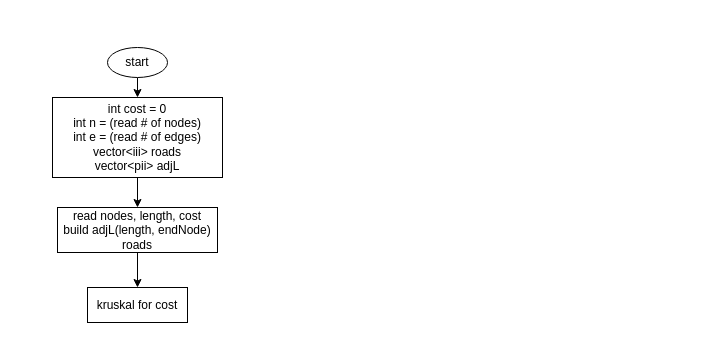
The draw.io diagram page "main" (1 of 2) of c++/cccPractice/problems/senior/2023/design/s4-minimumCostRoads.dio in andrew-canada/gomoku, before the edit. Source tidied: cells renumbered, new cells numbered last; positions are measured from the earlier drawing's top-left corner, leaving out a move shared by most shapes. Both pictures are drawn from the tidied source at 100%, with x=0, y=0 at pixel (52, 47).
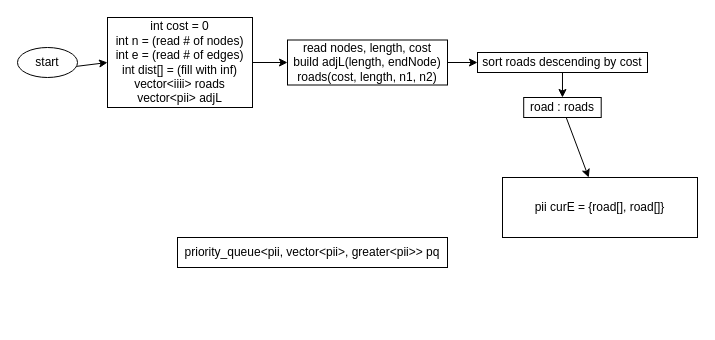
The same page after the edit.

The edit, as a diff of the source:
```diff
@@
 <mxGraphModel>
   <root>
     <mxCell id="0" />
     <mxCell id="1" parent="0" />
     <mxCell id="2" style="edgeStyle=none;html=1;" parent="1" edge="1" source="3" target="5">
       <mxGeometry relative="1" as="geometry" />
     </mxCell>
     <mxCell id="3" value="start" style="ellipse;whiteSpace=wrap;html=1;" parent="1" vertex="1">
-      <mxGeometry x="55" width="60" height="30" as="geometry" />
+      <mxGeometry x="-35" width="60" height="30" as="geometry" />
     </mxCell>
     <mxCell id="4" style="edgeStyle=none;html=1;" parent="1" edge="1" source="5" target="7">
       <mxGeometry relative="1" as="geometry" />
     </mxCell>
-    <mxCell id="5" value="int cost = 0&lt;br&gt;int n = (read # of nodes)&lt;br&gt;int e = (read # of edges)&lt;br&gt;vector&amp;lt;iii&amp;gt; roads&lt;br&gt;vector&amp;lt;pii&amp;gt; adjL" style="whiteSpace=wrap;html=1;" parent="1" vertex="1">
-      <mxGeometry y="50" width="170" height="80" as="geometry" />
+    <mxCell id="5" value="int cost = 0&lt;br&gt;int n = (read # of nodes)&lt;br&gt;int e = (read # of edges)&lt;br&gt;int dist[] = (fill with inf)&lt;br&gt;vector&amp;lt;iiii&amp;gt; roads&lt;br&gt;vector&amp;lt;pii&amp;gt; adjL" style="whiteSpace=wrap;html=1;" parent="1" vertex="1">
+      <mxGeometry x="55" y="-30" width="145" height="90" as="geometry" />
     </mxCell>
     <mxCell id="6" style="edgeStyle=none;html=1;" parent="1" edge="1" source="7" target="8">
       <mxGeometry relative="1" as="geometry" />
     </mxCell>
-    <mxCell id="7" value="read nodes, length, cost&lt;br&gt;build adjL(length, endNode)&lt;br&gt;roads" style="whiteSpace=wrap;html=1;" parent="1" vertex="1">
-      <mxGeometry x="5" y="160" width="160" height="45" as="geometry" />
+    <mxCell id="7" value="read nodes, length, cost&lt;br&gt;build adjL(length, endNode)&lt;br&gt;roads(cost, length, n1, n2)" style="whiteSpace=wrap;html=1;" parent="1" vertex="1">
+      <mxGeometry x="235" y="-7.5" width="160" height="45" as="geometry" />
     </mxCell>
+    <mxCell id="9" style="edgeStyle=none;html=1;" parent="1" edge="1" source="8" target="12">
+      <mxGeometry relative="1" as="geometry" />
+    </mxCell>
-    <mxCell id="8" value="kruskal for cost" style="whiteSpace=wrap;html=1;" parent="1" vertex="1">
-      <mxGeometry x="35" y="240" width="100" height="35" as="geometry" />
+    <mxCell id="8" value="sort roads descending by cost" style="whiteSpace=wrap;html=1;" parent="1" vertex="1">
+      <mxGeometry x="425" y="5" width="170" height="20" as="geometry" />
     </mxCell>
+    <mxCell id="10" value="priority_queue&amp;lt;pii, vector&amp;lt;pii&amp;gt;, greater&amp;lt;pii&amp;gt;&amp;gt; pq" style="whiteSpace=wrap;html=1;" parent="1" vertex="1">
+      <mxGeometry x="125" y="190" width="270" height="30" as="geometry" />
+    </mxCell>
+    <mxCell id="11" style="edgeStyle=none;html=1;" parent="1" edge="1" source="12" target="13">
+      <mxGeometry relative="1" as="geometry" />
+    </mxCell>
+    <mxCell id="12" value="road : roads" style="whiteSpace=wrap;html=1;" parent="1" vertex="1">
+      <mxGeometry x="471.2" y="50" width="77.5" height="20" as="geometry" />
+    </mxCell>
+    <mxCell id="13" value="pii curE = {road[], road[]}" style="whiteSpace=wrap;html=1;" parent="1" vertex="1">
+      <mxGeometry x="450" y="130" width="195" height="60" as="geometry" />
+    </mxCell>
   </root>
 </mxGraphModel>
```
